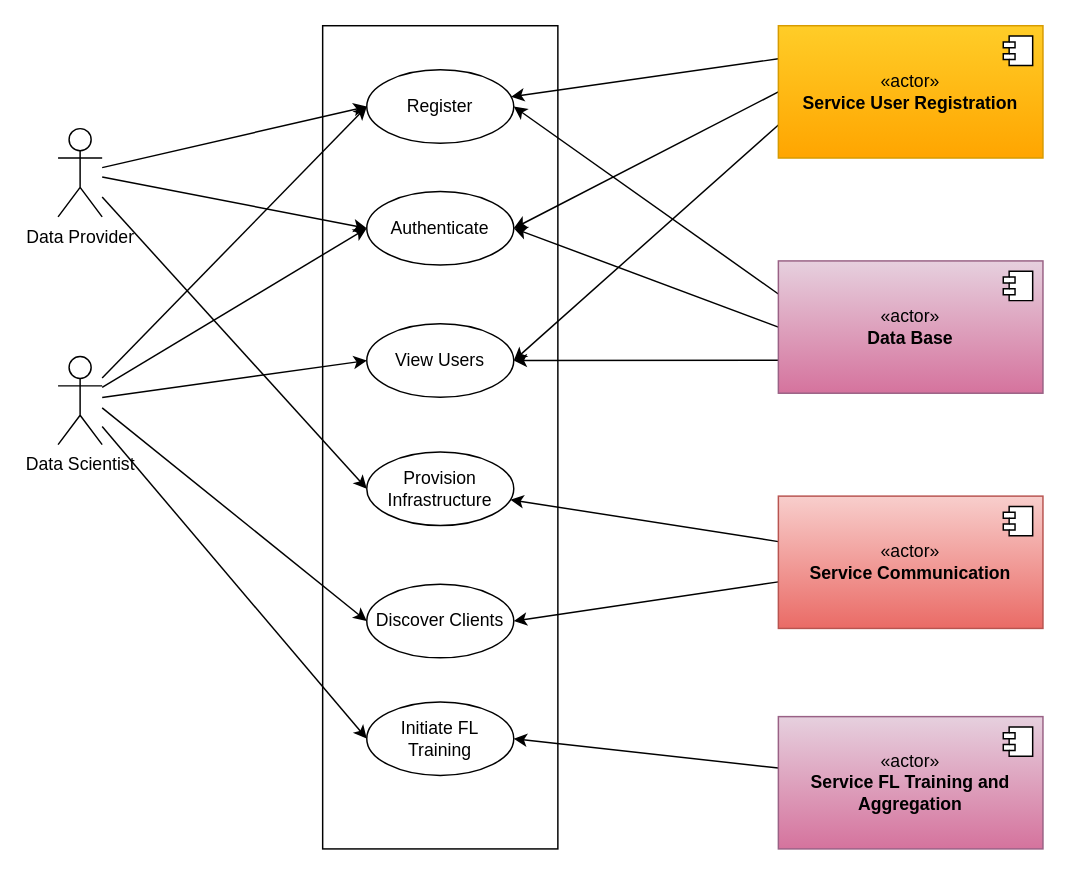
anandanlk/Drawings keeps this draw.io diagram as Thesis/Use case view.drawio. Above is the earlier version. Source tidied: cells renumbered, new cells numbered last; positions are measured from the earlier drawing's top-left corner, leaving out a move shared by most shapes. Both pictures are drawn from the tidied source at 147%, with x=0, y=0 at pixel (57, 25).
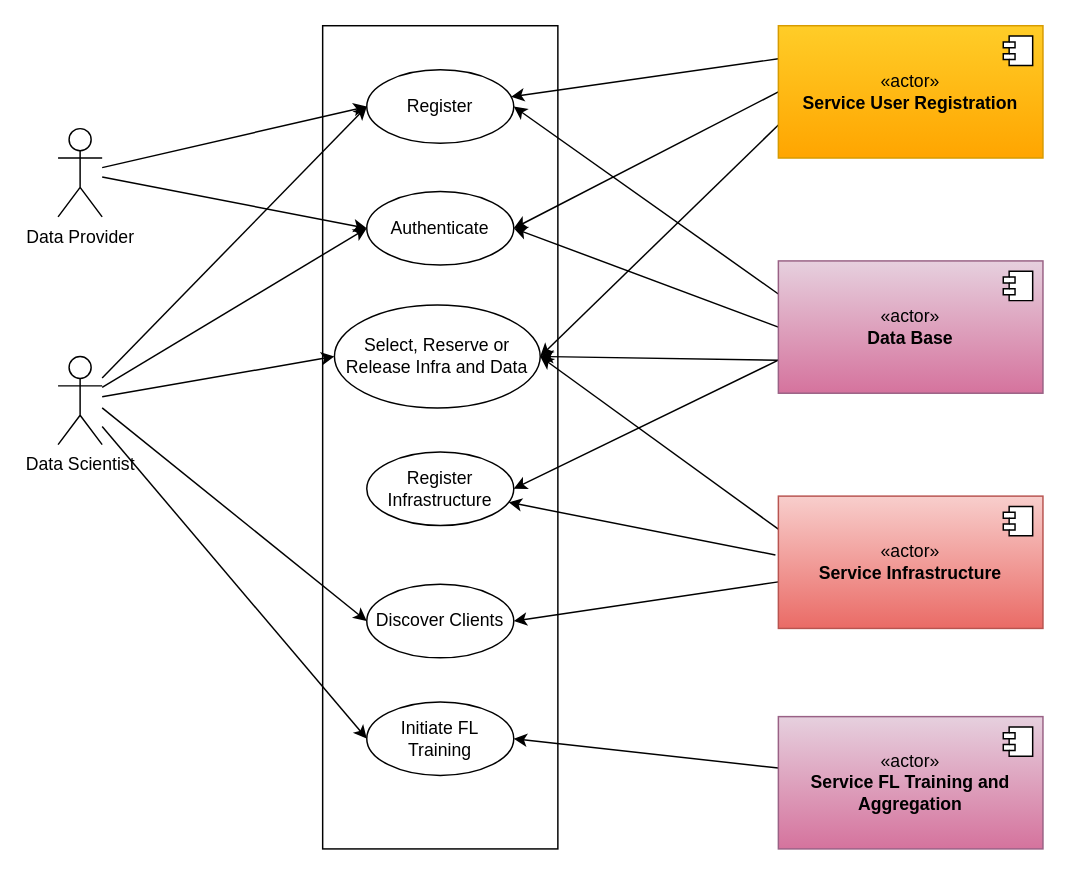
The same diagram, later.

Unchanged cells that the change refers to:
```xml
<mxCell id="23" value="«actor»&lt;br&gt;&lt;b&gt;Data Base&lt;/b&gt;" style="html=1;whiteSpace=wrap;fillColor=#e6d0de;strokeColor=#996185;gradientColor=#d5739d;" parent="1" vertex="1">
  <mxGeometry x="490" y="160" width="180" height="90" as="geometry" />
</mxCell>
<mxCell id="34" value="Data Provider" style="shape=umlActor;verticalLabelPosition=bottom;verticalAlign=top;html=1;outlineConnect=0;" parent="1" vertex="1">
  <mxGeometry y="70" width="30" height="60" as="geometry" />
</mxCell>
```

Change to the diagram source:
```diff
@@
-    <mxCell id="5" value="View Users" style="shape=ellipse;html=1;dashed=0;whiteSpace=wrap;perimeter=ellipsePerimeter;" parent="1" vertex="1">
-      <mxGeometry x="210" y="202.8" width="100" height="50" as="geometry" />
+    <mxCell id="5" value="Select, Reserve or Release Infra and Data" style="shape=ellipse;html=1;dashed=0;whiteSpace=wrap;perimeter=ellipsePerimeter;" parent="1" vertex="1">
+      <mxGeometry x="188" y="190" width="140" height="70" as="geometry" />
     </mxCell>
@@
-    <mxCell id="17" style="rounded=0;jettySize=auto;html=1;" parent="1" edge="1" source="18" target="35">
-      <mxGeometry relative="1" as="geometry" />
+    <mxCell id="17" style="rounded=0;jettySize=auto;html=1;" parent="1" edge="1" target="35">
+      <mxGeometry relative="1" as="geometry">
+        <mxPoint x="488" y="360" as="sourcePoint" />
+      </mxGeometry>
     </mxCell>
+    <mxCell id="36" style="rounded=0;jettySize=auto;html=1;exitX=0;exitY=0.25;exitDx=0;exitDy=0;entryX=1;entryY=0.5;entryDx=0;entryDy=0;strokeWidth=1;endSize=6;startSize=11;" parent="1" edge="1" source="18" target="5">
+      <mxGeometry relative="1" as="geometry" />
+    </mxCell>
-    <mxCell id="18" value="«actor»&lt;br&gt;&lt;b&gt;Service Communication&lt;/b&gt;" style="html=1;whiteSpace=wrap;fillColor=#f8cecc;gradientColor=#ea6b66;strokeColor=#b85450;" parent="1" vertex="1">
+    <mxCell id="18" value="«actor»&lt;br&gt;&lt;b&gt;Service Infrastructure&lt;/b&gt;" style="html=1;whiteSpace=wrap;fillColor=#f8cecc;gradientColor=#ea6b66;strokeColor=#b85450;" parent="1" vertex="1">
       <mxGeometry x="490" y="320" width="180" height="90" as="geometry" />
     </mxCell>
@@
+    <mxCell id="37" style="rounded=0;jettySize=auto;html=1;exitX=0;exitY=0.75;exitDx=0;exitDy=0;entryX=1;entryY=0.5;entryDx=0;entryDy=0;" parent="1" edge="1" source="23" target="35">
+      <mxGeometry relative="1" as="geometry" />
+    </mxCell>
@@
-    <mxCell id="31" style="rounded=0;jettySize=auto;html=1;entryX=0;entryY=0.5;entryDx=0;entryDy=0;" parent="1" edge="1" source="34" target="35">
-      <mxGeometry relative="1" as="geometry" />
-    </mxCell>
@@
-    <mxCell id="35" value="Provision Infrastructure" style="shape=ellipse;html=1;dashed=0;whiteSpace=wrap;perimeter=ellipsePerimeter;" parent="1" vertex="1">
+    <mxCell id="35" value="Register Infrastructure" style="shape=ellipse;html=1;dashed=0;whiteSpace=wrap;perimeter=ellipsePerimeter;" parent="1" vertex="1">
       <mxGeometry x="210" y="290" width="100" height="50" as="geometry" />
     </mxCell>
```
